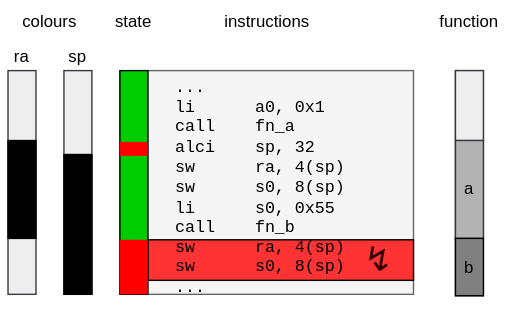
Earlier version of the draw.io export docs/svg/vio_stack_colors_exception.drawio.svg (UniStuttgart-IKR/vio). Source tidied: cells renumbered, new cells last; positions are measured from the earlier drawing's top-left corner, leaving out a move shared by most shapes. Its diagram source:
```xml
<mxGraphModel>
  <root>
    <mxCell id="0" />
    <mxCell id="1" parent="0" />
    <mxCell id="2" style="rounded=0;whiteSpace=wrap;html=1;fillColor=#eeeeee;strokeColor=#36393d;" parent="1" vertex="1">
      <mxGeometry x="325" y="50" width="20" height="161" as="geometry" />
    </mxCell>
    <mxCell id="3" style="rounded=0;whiteSpace=wrap;html=1;fillColor=#f5f5f5;fontColor=#333333;strokeColor=#666666;" parent="1" vertex="1">
      <mxGeometry x="105" y="50" width="190" height="160" as="geometry" />
    </mxCell>
    <mxCell id="4" style="rounded=0;whiteSpace=wrap;html=1;fillColor=#FF3333;" parent="1" vertex="1">
      <mxGeometry x="105" y="171" width="190" height="29" as="geometry" />
    </mxCell>
    <mxCell id="5" value="&lt;div&gt;...&lt;br&gt;&lt;/div&gt;&lt;div&gt;li&amp;nbsp;&amp;nbsp;&amp;nbsp;&amp;nbsp;&amp;nbsp; a0, 0x1&lt;/div&gt;call&amp;nbsp;&amp;nbsp;&amp;nbsp; fn_a&lt;br&gt;alci&amp;nbsp;&amp;nbsp;&amp;nbsp; sp, 32&lt;br&gt;sw&amp;nbsp;&amp;nbsp;&amp;nbsp;&amp;nbsp;&amp;nbsp; ra, 4(sp)&lt;br&gt;sw&amp;nbsp;&amp;nbsp;&amp;nbsp;&amp;nbsp;&amp;nbsp; s0, 8(sp)&lt;br&gt;li&amp;nbsp;&amp;nbsp;&amp;nbsp;&amp;nbsp;&amp;nbsp; s0, 0x55&lt;br&gt;&lt;div&gt;call&amp;nbsp;&amp;nbsp;&amp;nbsp; fn_b&lt;/div&gt;&lt;div&gt;sw&amp;nbsp;&amp;nbsp;&amp;nbsp;&amp;nbsp;&amp;nbsp; ra, 4(sp)&lt;/div&gt;sw&amp;nbsp;&amp;nbsp;&amp;nbsp;&amp;nbsp;&amp;nbsp; s0, 8(sp)&lt;div&gt;...&lt;/div&gt;&lt;div&gt;&lt;br&gt;&lt;/div&gt;" style="text;html=1;align=left;verticalAlign=middle;whiteSpace=wrap;rounded=0;fontFamily=Courier New;fontSize=11.9;" parent="1" vertex="1">
      <mxGeometry x="123" y="57" width="150" height="167" as="geometry" />
    </mxCell>
    <mxCell id="6" style="rounded=0;whiteSpace=wrap;html=1;fillColor=#eeeeee;strokeColor=#36393d;" parent="1" vertex="1">
      <mxGeometry x="45" y="50" width="20" height="160" as="geometry" />
    </mxCell>
    <mxCell id="7" style="rounded=0;whiteSpace=wrap;html=1;fillColor=#eeeeee;strokeColor=#36393d;" parent="1" vertex="1">
      <mxGeometry x="5" y="50" width="20" height="160" as="geometry" />
    </mxCell>
    <mxCell id="8" value="function" style="text;html=1;align=center;verticalAlign=middle;whiteSpace=wrap;rounded=0;" parent="1" vertex="1">
      <mxGeometry x="305" width="60" height="30" as="geometry" />
    </mxCell>
    <mxCell id="9" value="&lt;div&gt;sp&lt;/div&gt;" style="text;html=1;align=center;verticalAlign=middle;whiteSpace=wrap;rounded=0;" parent="1" vertex="1">
      <mxGeometry x="40" y="30" width="30" height="20" as="geometry" />
    </mxCell>
    <mxCell id="10" value="&lt;div&gt;ra&lt;/div&gt;" style="text;html=1;align=center;verticalAlign=middle;whiteSpace=wrap;rounded=0;" parent="1" vertex="1">
      <mxGeometry y="30" width="30" height="20" as="geometry" />
    </mxCell>
    <mxCell id="11" value="&lt;div&gt;colours&lt;/div&gt;" style="text;html=1;align=center;verticalAlign=middle;whiteSpace=wrap;rounded=0;" parent="1" vertex="1">
      <mxGeometry x="5" width="60" height="30" as="geometry" />
    </mxCell>
    <mxCell id="12" style="rounded=0;whiteSpace=wrap;html=1;fillColor=#eeeeee;strokeColor=#36393d;" parent="1" vertex="1">
      <mxGeometry x="325" y="50" width="20" height="50" as="geometry" />
    </mxCell>
    <mxCell id="13" value="a" style="rounded=0;whiteSpace=wrap;html=1;fillColor=#B3B3B3;strokeColor=#36393d;" parent="1" vertex="1">
      <mxGeometry x="325" y="100" width="20" height="70" as="geometry" />
    </mxCell>
    <mxCell id="14" value="b" style="rounded=0;whiteSpace=wrap;html=1;fillColor=#808080;" parent="1" vertex="1">
      <mxGeometry x="325" y="170" width="20" height="41" as="geometry" />
    </mxCell>
    <mxCell id="15" style="rounded=0;whiteSpace=wrap;html=1;fillColor=#000000;" parent="1" vertex="1">
      <mxGeometry x="45" y="110" width="20" height="100" as="geometry" />
    </mxCell>
    <mxCell id="16" style="rounded=0;whiteSpace=wrap;html=1;fillColor=#000000;" parent="1" vertex="1">
      <mxGeometry x="5" y="100" width="20" height="70" as="geometry" />
    </mxCell>
    <mxCell id="17" style="rounded=0;whiteSpace=wrap;html=1;fillColor=#00CC00;strokeColor=default;" parent="1" vertex="1">
      <mxGeometry x="85" y="50" width="20" height="160" as="geometry" />
    </mxCell>
    <mxCell id="18" style="rounded=0;whiteSpace=wrap;html=1;fillColor=#FF0000;strokeColor=none;" parent="1" vertex="1">
      <mxGeometry x="85" y="171" width="20" height="39" as="geometry" />
    </mxCell>
    <mxCell id="19" style="rounded=0;whiteSpace=wrap;html=1;fillColor=#FF0000;strokeColor=none;" parent="1" vertex="1">
      <mxGeometry x="85" y="101" width="20" height="10" as="geometry" />
    </mxCell>
    <mxCell id="20" value="instructions" style="text;html=1;align=center;verticalAlign=middle;whiteSpace=wrap;rounded=0;" parent="1" vertex="1">
      <mxGeometry x="157.5" width="65" height="30" as="geometry" />
    </mxCell>
    <mxCell id="21" value="state" style="text;html=1;align=center;verticalAlign=middle;whiteSpace=wrap;rounded=0;" parent="1" vertex="1">
      <mxGeometry x="65" width="60" height="30" as="geometry" />
    </mxCell>
    <mxCell id="22" value="&lt;span class=&quot;box&quot;&gt;&lt;font&gt;↯&lt;/font&gt;&lt;/span&gt;" style="text;html=1;align=center;verticalAlign=middle;whiteSpace=wrap;rounded=0;strokeColor=none;labelBorderColor=none;fontColor=#330000;fontSize=24;" parent="1" vertex="1">
      <mxGeometry x="255" y="170.5" width="30" height="30" as="geometry" />
    </mxCell>
  </root>
</mxGraphModel>
```
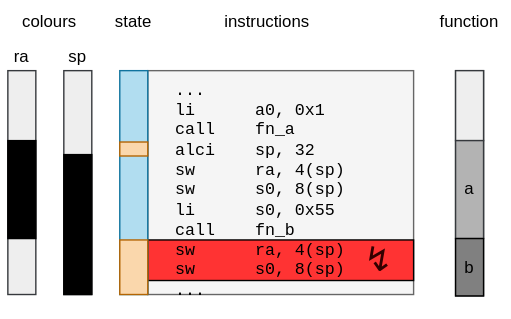
The same file after the commit.

What changed in the source:
```diff
@@ -12,7 +12,7 @@
       <mxGeometry x="105" y="171" width="190" height="29" as="geometry" />
     </mxCell>
     <mxCell id="5" value="&lt;div&gt;...&lt;br&gt;&lt;/div&gt;&lt;div&gt;li&amp;nbsp;&amp;nbsp;&amp;nbsp;&amp;nbsp;&amp;nbsp; a0, 0x1&lt;/div&gt;call&amp;nbsp;&amp;nbsp;&amp;nbsp; fn_a&lt;br&gt;alci&amp;nbsp;&amp;nbsp;&amp;nbsp; sp, 32&lt;br&gt;sw&amp;nbsp;&amp;nbsp;&amp;nbsp;&amp;nbsp;&amp;nbsp; ra, 4(sp)&lt;br&gt;sw&amp;nbsp;&amp;nbsp;&amp;nbsp;&amp;nbsp;&amp;nbsp; s0, 8(sp)&lt;br&gt;li&amp;nbsp;&amp;nbsp;&amp;nbsp;&amp;nbsp;&amp;nbsp; s0, 0x55&lt;br&gt;&lt;div&gt;call&amp;nbsp;&amp;nbsp;&amp;nbsp; fn_b&lt;/div&gt;&lt;div&gt;sw&amp;nbsp;&amp;nbsp;&amp;nbsp;&amp;nbsp;&amp;nbsp; ra, 4(sp)&lt;/div&gt;sw&amp;nbsp;&amp;nbsp;&amp;nbsp;&amp;nbsp;&amp;nbsp; s0, 8(sp)&lt;div&gt;...&lt;/div&gt;&lt;div&gt;&lt;br&gt;&lt;/div&gt;" style="text;html=1;align=left;verticalAlign=middle;whiteSpace=wrap;rounded=0;fontFamily=Courier New;fontSize=11.9;" parent="1" vertex="1">
-      <mxGeometry x="123" y="57" width="150" height="167" as="geometry" />
+      <mxGeometry x="123" y="59" width="150" height="167" as="geometry" />
     </mxCell>
     <mxCell id="6" style="rounded=0;whiteSpace=wrap;html=1;fillColor=#eeeeee;strokeColor=#36393d;" parent="1" vertex="1">
       <mxGeometry x="45" y="50" width="20" height="160" as="geometry" />
@@ -47,13 +47,13 @@
     <mxCell id="16" style="rounded=0;whiteSpace=wrap;html=1;fillColor=#000000;" parent="1" vertex="1">
       <mxGeometry x="5" y="100" width="20" height="70" as="geometry" />
     </mxCell>
-    <mxCell id="17" style="rounded=0;whiteSpace=wrap;html=1;fillColor=#00CC00;strokeColor=default;" parent="1" vertex="1">
+    <mxCell id="17" style="rounded=0;whiteSpace=wrap;html=1;fillColor=#b1ddf0;strokeColor=#10739e;" parent="1" vertex="1">
       <mxGeometry x="85" y="50" width="20" height="160" as="geometry" />
     </mxCell>
-    <mxCell id="18" style="rounded=0;whiteSpace=wrap;html=1;fillColor=#FF0000;strokeColor=none;" parent="1" vertex="1">
+    <mxCell id="18" style="rounded=0;whiteSpace=wrap;html=1;fillColor=#fad7ac;strokeColor=#b46504;" parent="1" vertex="1">
       <mxGeometry x="85" y="171" width="20" height="39" as="geometry" />
     </mxCell>
-    <mxCell id="19" style="rounded=0;whiteSpace=wrap;html=1;fillColor=#FF0000;strokeColor=none;" parent="1" vertex="1">
+    <mxCell id="19" style="rounded=0;whiteSpace=wrap;html=1;fillColor=#fad7ac;strokeColor=#b46504;" parent="1" vertex="1">
       <mxGeometry x="85" y="101" width="20" height="10" as="geometry" />
     </mxCell>
     <mxCell id="20" value="instructions" style="text;html=1;align=center;verticalAlign=middle;whiteSpace=wrap;rounded=0;" parent="1" vertex="1">
```
